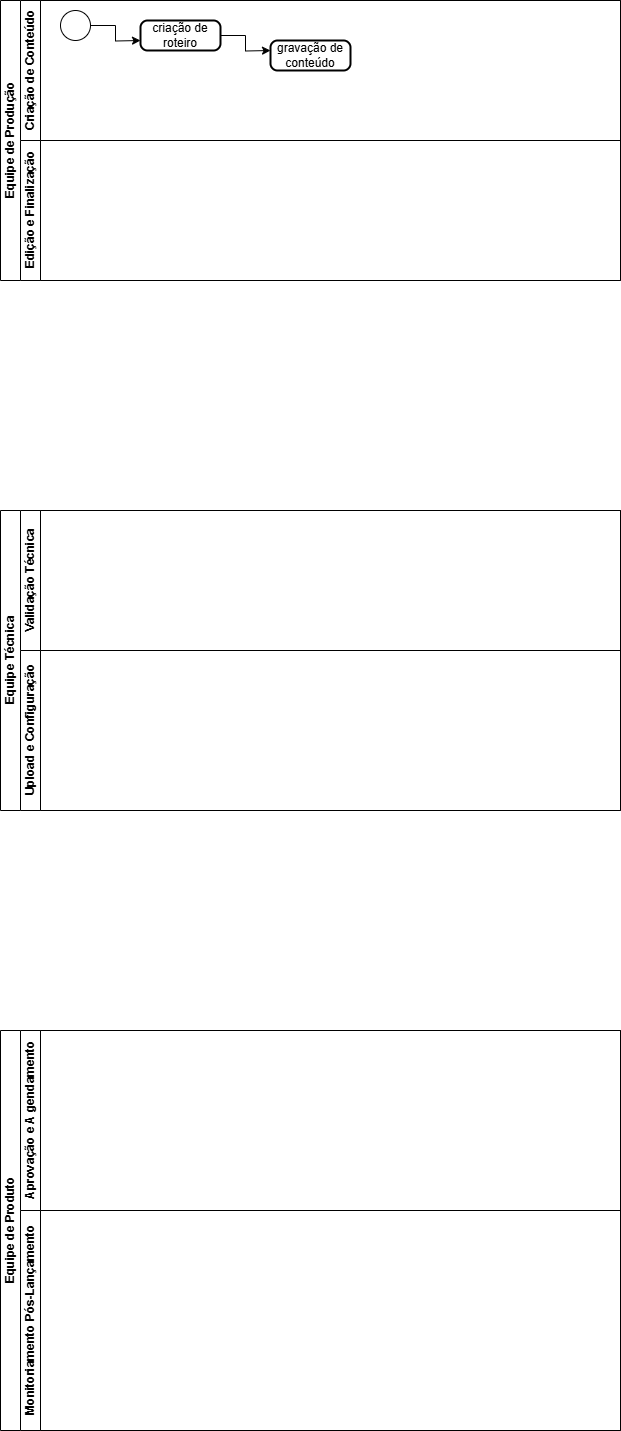
The draw.io diagram Diagrama 2.0.drawio.png in Andynlx01/fluxograma.aprensa-o, before a commit. Source tidied: cells renumbered, new cells last; positions are measured from the earlier drawing's top-left corner, leaving out a move shared by most shapes.
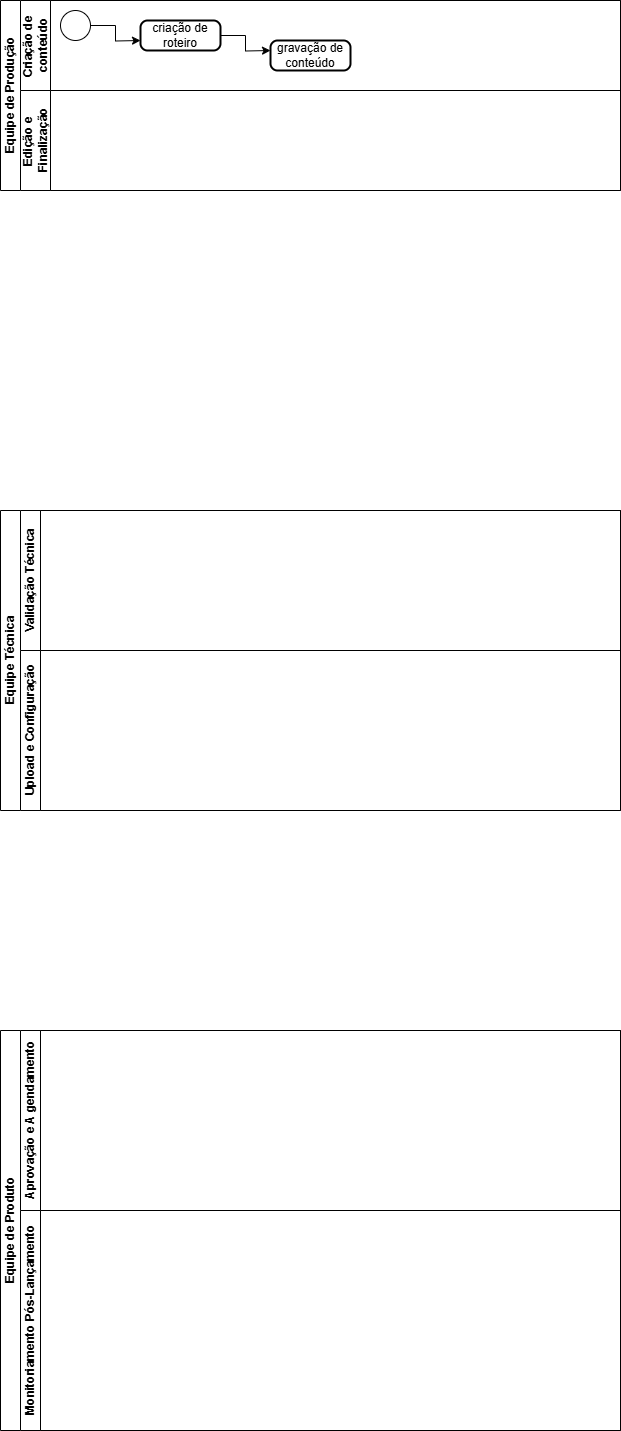
Later version of the same file.

What changed in the source:
```diff
@@ -3,10 +3,10 @@
     <mxCell id="0" />
     <mxCell id="1" parent="0" />
     <mxCell id="2" value="Equipe de Produção" style="swimlane;horizontal=0;startSize=20;html=1;" parent="1" vertex="1">
-      <mxGeometry width="620" height="280" as="geometry" />
+      <mxGeometry width="620" height="190" as="geometry" />
     </mxCell>
-    <mxCell id="3" value="Criação de Conteúdo" style="swimlane;startSize=20;horizontal=0;html=1;" parent="2" vertex="1">
-      <mxGeometry x="20" width="600" height="140" as="geometry" />
+    <mxCell id="3" value="Criação de&amp;nbsp;&lt;div&gt;conteúdo&lt;/div&gt;" style="swimlane;startSize=30;horizontal=0;html=1;" parent="2" vertex="1">
+      <mxGeometry x="20" width="600" height="90" as="geometry" />
     </mxCell>
     <mxCell id="4" style="edgeStyle=orthogonalEdgeStyle;rounded=0;jettySize=auto;html=1;" parent="3" edge="1" source="5">
       <mxGeometry relative="1" as="geometry">
@@ -27,8 +27,8 @@
     <mxCell id="8" value="gravação de conteúdo" style="rounded=1;whiteSpace=wrap;html=1;absoluteArcSize=1;arcSize=14;strokeWidth=2;" parent="3" vertex="1">
       <mxGeometry x="250" y="40" width="80" height="30" as="geometry" />
     </mxCell>
-    <mxCell id="9" value="Edição e Finalização" style="swimlane;startSize=20;horizontal=0;html=1;" parent="2" vertex="1">
-      <mxGeometry x="20" y="140" width="600" height="140" as="geometry" />
+    <mxCell id="9" value="Edição e&amp;nbsp;&lt;div&gt;Finalização&lt;/div&gt;" style="swimlane;startSize=30;horizontal=0;html=1;" parent="2" vertex="1">
+      <mxGeometry x="20" y="90" width="600" height="100" as="geometry" />
     </mxCell>
     <mxCell id="10" value="Equipe Técnica" style="swimlane;horizontal=0;startSize=20;html=1;" parent="1" vertex="1">
       <mxGeometry y="510" width="620" height="300" as="geometry" />
```
